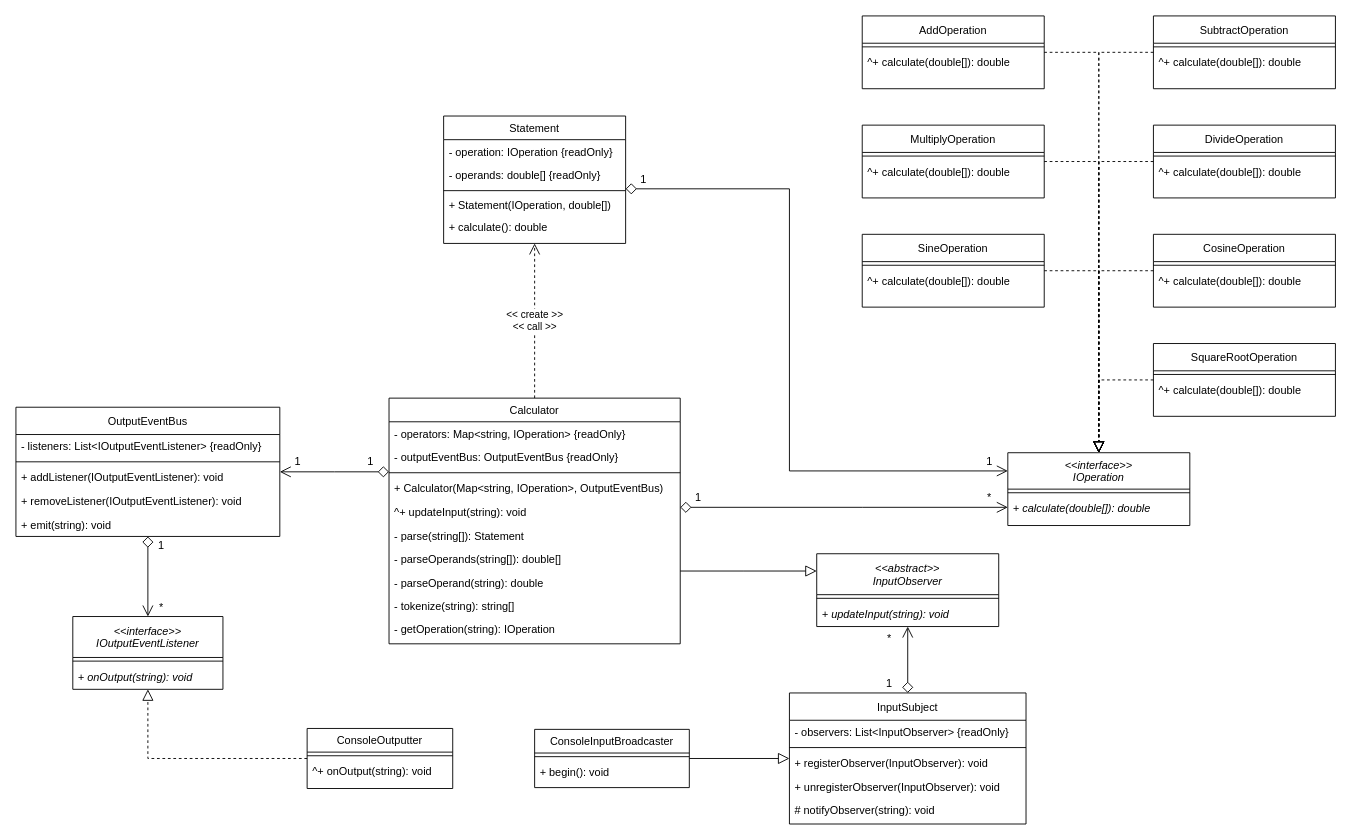
starikcetin/ctis417-project1-calculator keeps this draw.io diagram as Diagrams/Class Diagram.drawio. Above is the earlier version. Source tidied: cells renumbered, new cells numbered last; positions are measured from the earlier drawing's top-left corner, leaving out a move shared by most shapes. Both pictures are drawn from the tidied source at 91%, with x=0, y=0 at pixel (15, 15).
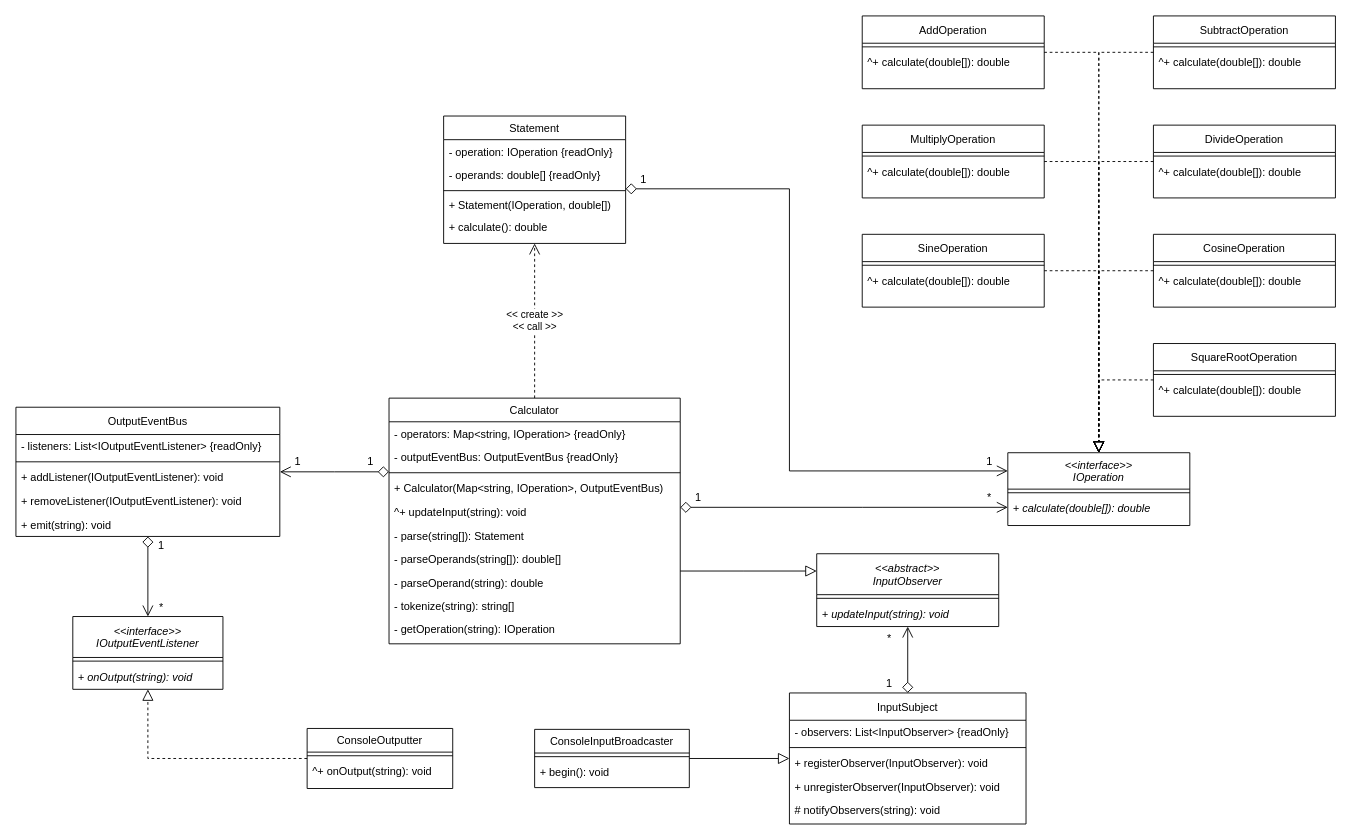
The same page after the edit.

Commit message (it also covers changes not shown here):
class diagram fix

notifyObserver -> notifyObservers

The change refers to these unchanged cells:
```xml
<mxCell id="66" value="InputSubject" style="swimlane;fontStyle=0;align=center;verticalAlign=middle;horizontal=1;startSize=30;rounded=0;shadow=0;strokeWidth=1;" parent="1" vertex="1">
  <mxGeometry x="850" y="744" width="260" height="144" as="geometry" />
</mxCell>
```

Change to the diagram source:
```diff
@@
-    <mxCell id="71" value="# notifyObserver(string): void" style="text;align=left;verticalAlign=middle;spacingLeft=4;spacingRight=4;overflow=hidden;" parent="66" vertex="1">
+    <mxCell id="71" value="# notifyObservers(string): void" style="text;align=left;verticalAlign=middle;spacingLeft=4;spacingRight=4;overflow=hidden;" parent="66" vertex="1">
       <mxGeometry y="116" width="260" height="26" as="geometry" />
     </mxCell>
```
